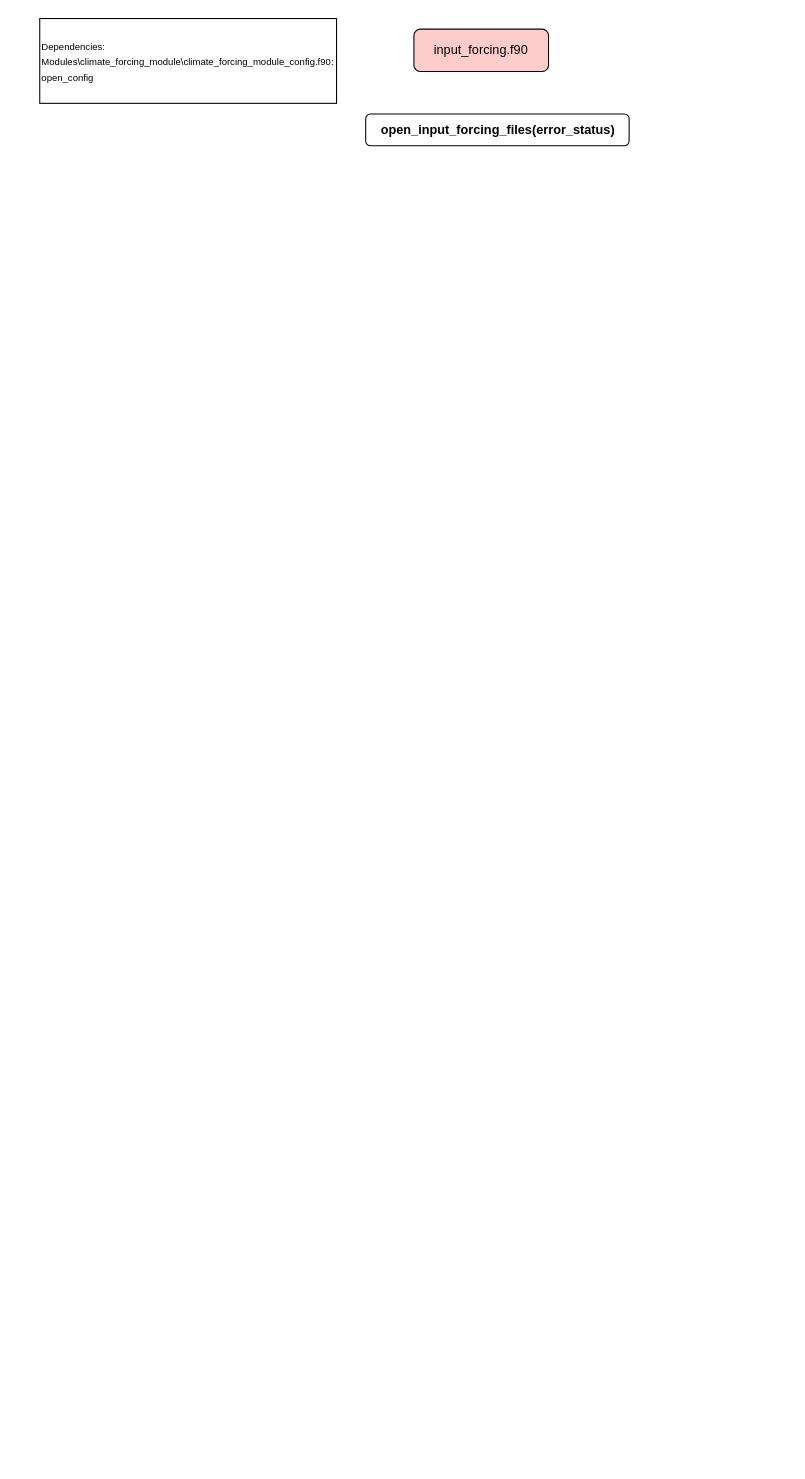
MeshMapping/r1813_Mappings keeps this draw.io diagram as input_forcing.drawio. Above is the earlier version. Source tidied: cells renumbered, new cells numbered last; positions are measured from the earlier drawing's top-left corner, leaving out a move shared by most shapes. Both pictures are drawn from the tidied source at 106%, with x=0, y=0 at pixel (39, 18).
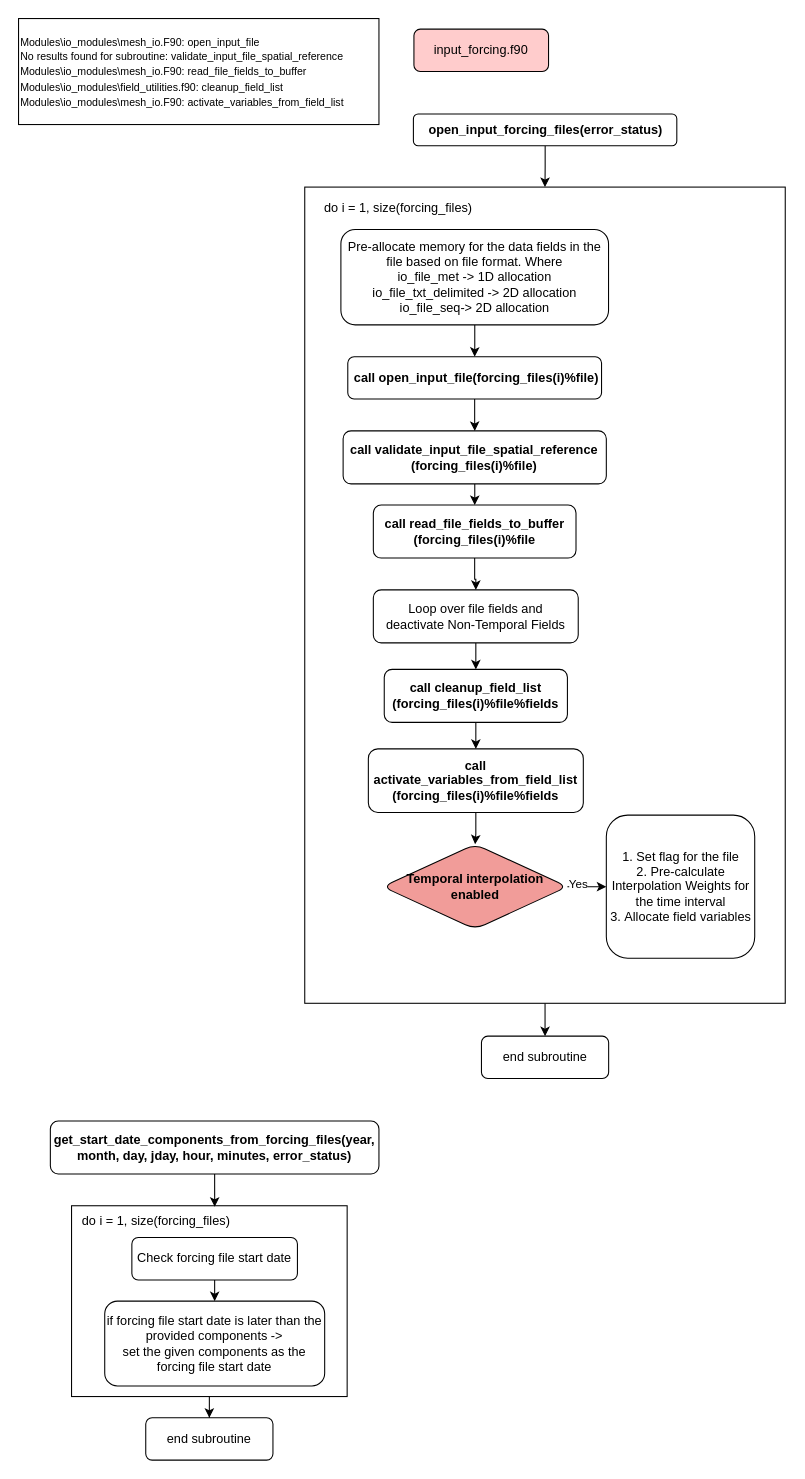
The same page after the edit.

Commit message:
Input forcing file created

The edit, as a diff of the source:
```diff
@@
-    <mxCell id="3" value="&lt;div&gt;&lt;font style=&quot;font-size: 9px;&quot;&gt;Dependencies:&lt;/font&gt;&lt;/div&gt;&lt;div&gt;&lt;font style=&quot;font-size: 9px;&quot;&gt;Modules\climate_forcing_module\climate_forcing_module_config.f90: open_config&lt;/font&gt;&lt;br&gt;&lt;/div&gt;" style="rounded=0;whiteSpace=wrap;html=1;align=left;" parent="1" vertex="1">
-      <mxGeometry width="280" height="80" as="geometry" />
-    </mxCell>
+    <mxCell id="5" style="edgeStyle=orthogonalEdgeStyle;rounded=0;jettySize=auto;html=1;entryX=0.5;entryY=0;entryDx=0;entryDy=0;entryPerimeter=0;" parent="1" edge="1" source="4" target="9">
+      <mxGeometry relative="1" as="geometry" />
+    </mxCell>
     <mxCell id="4" value="open_input_forcing_files(error_status)" style="rounded=1;whiteSpace=wrap;html=1;fontStyle=1;" parent="1" vertex="1">
-      <mxGeometry x="307.5" y="90" width="248.5" height="30" as="geometry" />
+      <mxGeometry x="352.5" y="90" width="248.5" height="30" as="geometry" />
     </mxCell>
+    <mxCell id="6" style="edgeStyle=orthogonalEdgeStyle;rounded=0;jettySize=auto;html=1;entryX=0.5;entryY=0;entryDx=0;entryDy=0;" parent="1" edge="1" source="9" target="7">
+      <mxGeometry relative="1" as="geometry" />
+    </mxCell>
+    <mxCell id="7" value="&lt;span style=&quot;font-weight: 400;&quot;&gt;end subroutine&lt;/span&gt;" style="whiteSpace=wrap;html=1;fillColor=#FFFFFF;rounded=1;fontStyle=1;" parent="1" vertex="1">
+      <mxGeometry x="416.7" y="960" width="120" height="40" as="geometry" />
+    </mxCell>
+    <mxCell id="8" style="group;" parent="1" vertex="1">
+      <mxGeometry x="250" y="159" width="453.3" height="770" as="geometry" />
+    </mxCell>
+    <mxCell id="9" style="rounded=0;whiteSpace=wrap;html=1;" parent="8" vertex="1">
+      <mxGeometry width="453.3" height="770" as="geometry" />
+    </mxCell>
+    <mxCell id="10" style="edgeStyle=orthogonalEdgeStyle;rounded=0;jettySize=auto;html=1;" parent="8" edge="1" source="11" target="13">
+      <mxGeometry relative="1" as="geometry" />
+    </mxCell>
+    <mxCell id="11" value="&lt;span style=&quot;font-weight: normal;&quot;&gt;Pre-allocate memory for the data fields in the file based on file format. Where&lt;/span&gt;&lt;div&gt;&lt;span style=&quot;font-weight: 400;&quot;&gt;io_file_met -&amp;gt; 1D allocation&lt;/span&gt;&lt;br&gt;&lt;/div&gt;&lt;div&gt;&lt;span style=&quot;font-weight: 400;&quot;&gt;io_file_txt_delimited -&amp;gt; 2D allocation&lt;/span&gt;&lt;br&gt;&lt;/div&gt;&lt;div&gt;&lt;span style=&quot;background-color: initial; font-weight: 400;&quot;&gt;io_file_seq&lt;/span&gt;&lt;span style=&quot;font-weight: 400;&quot;&gt;-&amp;gt; 2D allocation&lt;/span&gt;&lt;span style=&quot;font-weight: 400;&quot;&gt;&lt;br&gt;&lt;/span&gt;&lt;/div&gt;" style="rounded=1;whiteSpace=wrap;html=1;fontStyle=1;" parent="8" vertex="1">
+      <mxGeometry x="34.1" y="40" width="252.5" height="90" as="geometry" />
+    </mxCell>
+    <mxCell id="12" style="edgeStyle=orthogonalEdgeStyle;rounded=0;jettySize=auto;html=1;" parent="8" edge="1" source="13" target="15">
+      <mxGeometry relative="1" as="geometry" />
+    </mxCell>
+    <mxCell id="13" value="&amp;nbsp;call open_input_file(forcing_files(i)%file)" style="whiteSpace=wrap;html=1;rounded=1;fontStyle=1;" parent="8" vertex="1">
+      <mxGeometry x="40.6" y="160" width="239.4" height="40" as="geometry" />
+    </mxCell>
+    <mxCell id="14" style="edgeStyle=orthogonalEdgeStyle;rounded=0;jettySize=auto;html=1;" parent="8" edge="1" source="15" target="17">
+      <mxGeometry relative="1" as="geometry" />
+    </mxCell>
+    <mxCell id="15" value="call validate_input_file_spatial_reference (forcing_files(i)%file)" style="whiteSpace=wrap;html=1;rounded=1;fontStyle=1;" parent="8" vertex="1">
+      <mxGeometry x="36.2" y="230" width="248.3" height="50" as="geometry" />
+    </mxCell>
+    <mxCell id="16" style="edgeStyle=orthogonalEdgeStyle;rounded=0;jettySize=auto;html=1;" parent="8" edge="1" source="17" target="19">
+      <mxGeometry relative="1" as="geometry" />
+    </mxCell>
+    <mxCell id="17" value="call read_file_fields_to_buffer (forcing_files(i)%file" style="whiteSpace=wrap;html=1;rounded=1;fontStyle=1;" parent="8" vertex="1">
+      <mxGeometry x="64.7" y="300" width="191.2" height="50" as="geometry" />
+    </mxCell>
+    <mxCell id="18" style="edgeStyle=orthogonalEdgeStyle;rounded=0;jettySize=auto;html=1;" parent="8" edge="1" source="19" target="21">
+      <mxGeometry relative="1" as="geometry" />
+    </mxCell>
+    <mxCell id="19" value="&lt;span style=&quot;font-weight: normal;&quot;&gt;Loop over file fields and&lt;/span&gt;&lt;div&gt;&lt;span style=&quot;font-weight: normal;&quot;&gt;deactivate Non-Temporal Fields&lt;/span&gt;&lt;br&gt;&lt;/div&gt;" style="whiteSpace=wrap;html=1;rounded=1;fontStyle=1;" parent="8" vertex="1">
+      <mxGeometry x="64.7" y="380" width="193.3" height="50" as="geometry" />
+    </mxCell>
+    <mxCell id="20" style="edgeStyle=orthogonalEdgeStyle;rounded=0;jettySize=auto;html=1;" parent="8" edge="1" source="21" target="23">
+      <mxGeometry relative="1" as="geometry" />
+    </mxCell>
+    <mxCell id="21" value="call cleanup_field_list (forcing_files(i)%file%fields" style="whiteSpace=wrap;html=1;rounded=1;fontStyle=1;" parent="8" vertex="1">
+      <mxGeometry x="75" y="455" width="172.8" height="50" as="geometry" />
+    </mxCell>
+    <mxCell id="22" style="edgeStyle=orthogonalEdgeStyle;rounded=0;jettySize=auto;html=1;" parent="8" edge="1" source="23" target="26">
+      <mxGeometry relative="1" as="geometry" />
+    </mxCell>
+    <mxCell id="23" value="call activate_variables_from_field_list (forcing_files(i)%file%fields" style="whiteSpace=wrap;html=1;rounded=1;fontStyle=1;" parent="8" vertex="1">
+      <mxGeometry x="60" y="530" width="202.8" height="60" as="geometry" />
+    </mxCell>
+    <mxCell id="24" style="edgeStyle=orthogonalEdgeStyle;rounded=0;jettySize=auto;html=1;" parent="8" edge="1" source="26" target="27">
+      <mxGeometry relative="1" as="geometry" />
+    </mxCell>
+    <mxCell id="25" value="Yes" style="edgeLabel;html=1;align=center;verticalAlign=middle;" parent="24" vertex="1">
+      <mxGeometry x="-0.56" y="3" relative="1" as="geometry" />
+    </mxCell>
+    <mxCell id="26" value="Temporal interpolation enabled" style="rhombus;whiteSpace=wrap;html=1;rounded=1;fontStyle=1;fillColor=#F19C99;" parent="8" vertex="1">
+      <mxGeometry x="73.5" y="620" width="174.3" height="80" as="geometry" />
+    </mxCell>
+    <mxCell id="27" value="&lt;span style=&quot;font-weight: normal;&quot;&gt;1. Set flag for the file&lt;/span&gt;&lt;div&gt;&lt;span style=&quot;font-weight: normal;&quot;&gt;2.&amp;nbsp;Pre-calculate Interpolation Weights for the time interval&lt;/span&gt;&lt;/div&gt;&lt;div&gt;&lt;span style=&quot;font-weight: normal;&quot;&gt;3.&amp;nbsp;Allocate field variables&lt;/span&gt;&lt;/div&gt;" style="whiteSpace=wrap;html=1;fillColor=#FFFFFF;rounded=1;fontStyle=1;" parent="8" vertex="1">
+      <mxGeometry x="284.5" y="592.5" width="140" height="135" as="geometry" />
+    </mxCell>
+    <mxCell id="28" value="do i = 1, size(forcing_files)" style="text;html=1;align=center;verticalAlign=middle;whiteSpace=wrap;rounded=0;" parent="8" vertex="1">
+      <mxGeometry y="10" width="176.6" height="20" as="geometry" />
+    </mxCell>
+    <mxCell id="29" value="&lt;div&gt;&lt;font size=&quot;1&quot;&gt;Modules\io_modules\mesh_io.F90: open_input_file&lt;/font&gt;&lt;/div&gt;&lt;div&gt;&lt;font size=&quot;1&quot;&gt;No results found for subroutine: validate_input_file_spatial_reference&amp;nbsp;&lt;/font&gt;&lt;/div&gt;&lt;div&gt;&lt;font size=&quot;1&quot;&gt;Modules\io_modules\mesh_io.F90: read_file_fields_to_buffer&lt;/font&gt;&lt;/div&gt;&lt;div&gt;&lt;font size=&quot;1&quot;&gt;Modules\io_modules\field_utilities.f90: cleanup_field_list&lt;/font&gt;&lt;/div&gt;&lt;div&gt;&lt;font size=&quot;1&quot;&gt;Modules\io_modules\mesh_io.F90: activate_variables_from_field_list&lt;/font&gt;&lt;/div&gt;" style="rounded=0;whiteSpace=wrap;html=1;align=left;" parent="1" vertex="1">
+      <mxGeometry x="-20" width="340" height="100" as="geometry" />
+    </mxCell>
+    <mxCell id="30" style="rounded=0;whiteSpace=wrap;html=1;" parent="1" vertex="1">
+      <mxGeometry x="30" y="1120" width="260" height="180" as="geometry" />
+    </mxCell>
+    <mxCell id="31" value="get_start_date_components_from_forcing_files(year, month, day, jday, hour, minutes, error_status)" style="rounded=1;whiteSpace=wrap;html=1;fontStyle=1;" parent="1" vertex="1">
+      <mxGeometry x="10" y="1040" width="310" height="50" as="geometry" />
+    </mxCell>
+    <mxCell id="32" style="edgeStyle=orthogonalEdgeStyle;rounded=0;jettySize=auto;html=1;" parent="1" edge="1" source="33" target="34">
+      <mxGeometry relative="1" as="geometry" />
+    </mxCell>
+    <mxCell id="33" value="&lt;span style=&quot;font-weight: normal;&quot;&gt;Check forcing file start date&lt;/span&gt;" style="whiteSpace=wrap;html=1;rounded=1;fontStyle=1;" parent="1" vertex="1">
+      <mxGeometry x="86.9" y="1150" width="156.2" height="40" as="geometry" />
+    </mxCell>
+    <mxCell id="34" value="&lt;span style=&quot;font-weight: normal;&quot;&gt;if forcing file start date is later than the provided components -&amp;gt;&lt;/span&gt;&lt;div&gt;&lt;span style=&quot;font-weight: normal;&quot;&gt;set the given components as the forcing file start date&lt;/span&gt;&lt;/div&gt;" style="whiteSpace=wrap;html=1;rounded=1;fontStyle=1;" parent="1" vertex="1">
+      <mxGeometry x="61.3" y="1210" width="207.5" height="80" as="geometry" />
+    </mxCell>
+    <mxCell id="35" value="&lt;span style=&quot;font-weight: 400;&quot;&gt;end subroutine&lt;/span&gt;" style="whiteSpace=wrap;html=1;fillColor=#FFFFFF;rounded=1;fontStyle=1;" parent="1" vertex="1">
+      <mxGeometry x="100" y="1320" width="120" height="40" as="geometry" />
+    </mxCell>
+    <mxCell id="36" value="do i = 1, size(forcing_files)" style="text;html=1;align=center;verticalAlign=middle;whiteSpace=wrap;rounded=0;" parent="1" vertex="1">
+      <mxGeometry x="30" y="1120" width="160" height="30" as="geometry" />
+    </mxCell>
+    <mxCell id="37" style="edgeStyle=orthogonalEdgeStyle;rounded=0;jettySize=auto;html=1;entryX=0.844;entryY=0.033;entryDx=0;entryDy=0;entryPerimeter=0;" parent="1" edge="1" source="31" target="36">
+      <mxGeometry relative="1" as="geometry" />
+    </mxCell>
+    <mxCell id="38" style="edgeStyle=orthogonalEdgeStyle;rounded=0;jettySize=auto;html=1;entryX=0.5;entryY=0;entryDx=0;entryDy=0;" parent="1" edge="1" source="30" target="35">
+      <mxGeometry relative="1" as="geometry" />
+    </mxCell>
```
